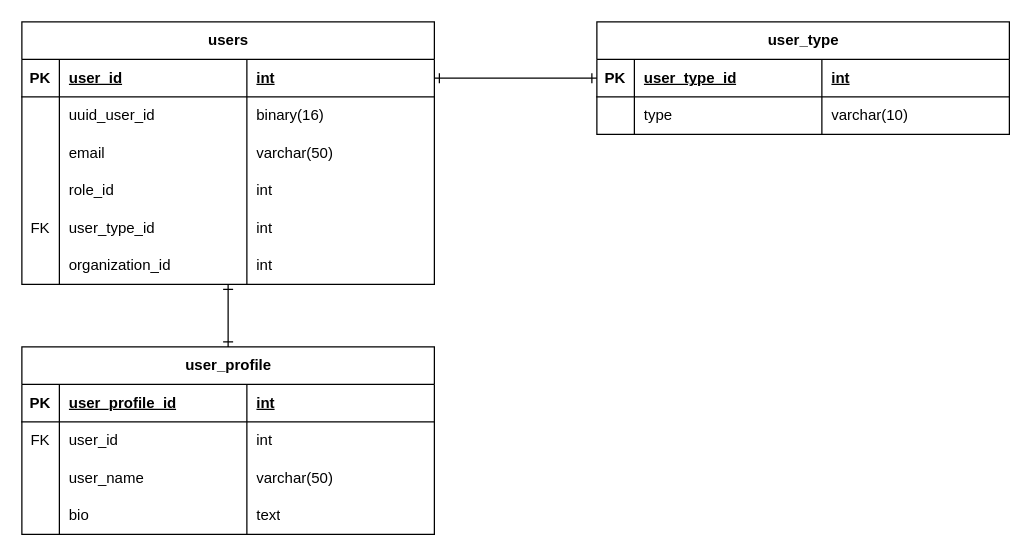
Above: docs/user_service/user_service_er.drawio in Nahaq789/micron (draw.io), before the change. Source tidied: cells renumbered, new cells numbered last; positions are measured from the earlier drawing's top-left corner, leaving out a move shared by most shapes. Both pictures are drawn from the tidied source at 125%, with x=0, y=0 at pixel (21, 21).
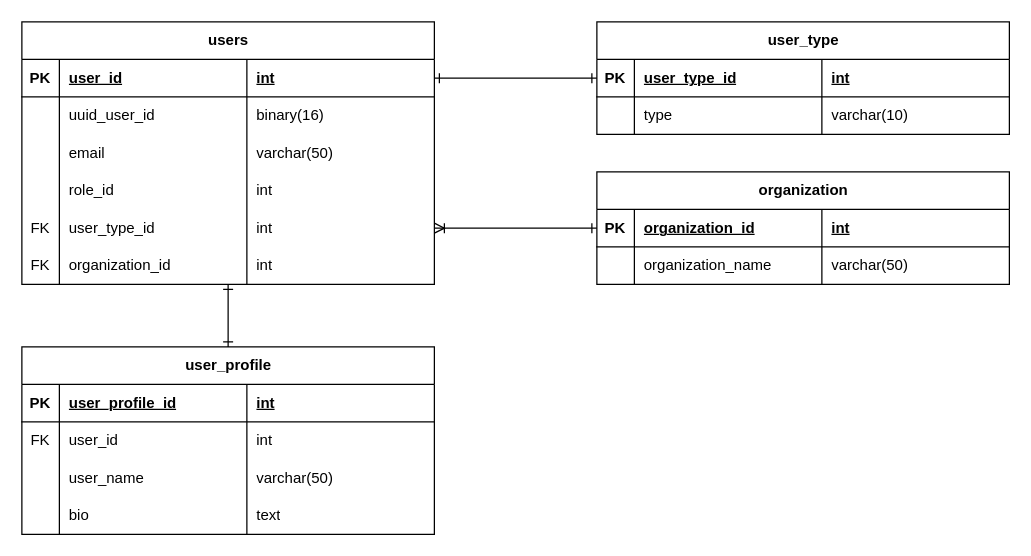
The same diagram, later.

Unchanged cells that the change refers to:
```xml
<mxCell id="20" style="shape=tableRow;horizontal=0;startSize=0;swimlaneHead=0;swimlaneBody=0;fillColor=none;points=[[0,0.5],[1,0.5]];portConstraint=eastwest;top=0;left=0;right=0;bottom=0;" parent="3" vertex="1">
  <mxGeometry y="150" width="330" height="30" as="geometry" />
</mxCell>
<mxCell id="24" style="shape=tableRow;horizontal=0;startSize=0;swimlaneHead=0;swimlaneBody=0;fillColor=none;top=0;left=0;right=0;bottom=0;" parent="3" vertex="1">
  <mxGeometry y="180" width="330" height="30" as="geometry" />
</mxCell>
```

Change to the diagram source:
```diff
@@
-    <mxCell id="25" style="shape=partialRectangle;fillColor=none;top=0;left=0;bottom=0;right=0;overflow=hidden;whiteSpace=wrap;html=1;" parent="24" vertex="1">
+    <mxCell id="25" value="FK" style="shape=partialRectangle;fillColor=none;top=0;left=0;bottom=0;right=0;overflow=hidden;whiteSpace=wrap;html=1;" parent="24" vertex="1">
       <mxGeometry width="30" height="30" as="geometry" />
     </mxCell>
@@
+    <mxCell id="55" style="edgeStyle=none;html=1;entryX=1;entryY=0.5;entryDx=0;entryDy=0;endArrow=ERoneToMany;endFill=0;startArrow=ERone;startFill=0;" parent="1" edge="1" source="56" target="20">
+      <mxGeometry relative="1" as="geometry" />
+    </mxCell>
+    <mxCell id="56" value="organization" style="shape=table;startSize=30;childLayout=tableLayout;rowLines=0;fontStyle=1;align=center;html=1;" parent="1" vertex="1">
+      <mxGeometry x="460" y="120" width="330" height="90" as="geometry" />
+    </mxCell>
+    <mxCell id="57" style="shape=tableRow;horizontal=0;startSize=0;swimlaneHead=0;swimlaneBody=0;fillColor=none;top=0;left=0;right=0;bottom=1;" parent="56" vertex="1">
+      <mxGeometry y="30" width="330" height="30" as="geometry" />
+    </mxCell>
+    <mxCell id="58" value="PK" style="shape=partialRectangle;fillColor=none;top=0;left=0;bottom=0;right=0;fontStyle=1;overflow=hidden;whiteSpace=wrap;html=1;" parent="57" vertex="1">
+      <mxGeometry width="30" height="30" as="geometry" />
+    </mxCell>
+    <mxCell id="59" value="organization_id" style="shape=partialRectangle;fillColor=none;top=0;left=0;bottom=0;right=0;align=left;spacingLeft=6;fontStyle=5;overflow=hidden;whiteSpace=wrap;html=1;" parent="57" vertex="1">
+      <mxGeometry x="30" width="150" height="30" as="geometry" />
+    </mxCell>
+    <mxCell id="60" value="int" style="shape=partialRectangle;fillColor=none;top=0;left=0;bottom=0;right=0;align=left;spacingLeft=6;fontStyle=5;overflow=hidden;whiteSpace=wrap;html=1;" parent="57" vertex="1">
+      <mxGeometry x="180" width="150" height="30" as="geometry" />
+    </mxCell>
+    <mxCell id="61" style="shape=tableRow;horizontal=0;startSize=0;swimlaneHead=0;swimlaneBody=0;fillColor=none;top=0;left=0;right=0;bottom=0;" parent="56" vertex="1">
+      <mxGeometry y="60" width="330" height="30" as="geometry" />
+    </mxCell>
+    <mxCell id="62" style="shape=partialRectangle;fillColor=none;top=0;left=0;bottom=0;right=0;overflow=hidden;whiteSpace=wrap;html=1;" parent="61" vertex="1">
+      <mxGeometry width="30" height="30" as="geometry" />
+    </mxCell>
+    <mxCell id="63" value="organization_name" style="shape=partialRectangle;fillColor=none;top=0;left=0;bottom=0;right=0;align=left;spacingLeft=6;overflow=hidden;whiteSpace=wrap;html=1;" parent="61" vertex="1">
+      <mxGeometry x="30" width="150" height="30" as="geometry" />
+    </mxCell>
+    <mxCell id="64" value="varchar(50)" style="shape=partialRectangle;fillColor=none;top=0;left=0;bottom=0;right=0;align=left;spacingLeft=6;overflow=hidden;whiteSpace=wrap;html=1;" parent="61" vertex="1">
+      <mxGeometry x="180" width="150" height="30" as="geometry" />
+    </mxCell>
```
